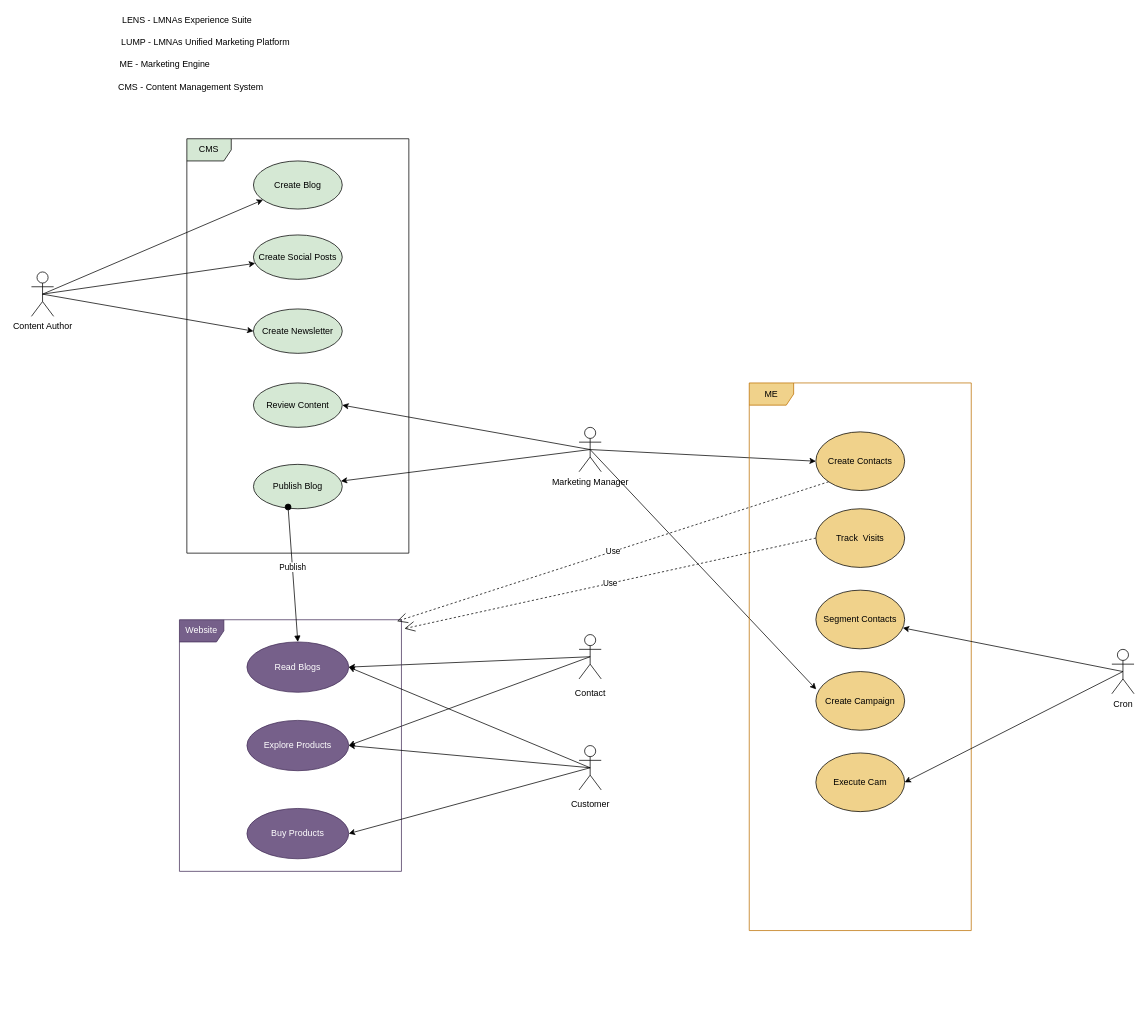
Above: page "LUMP - Use Case Diagram" (2 of 2) of lens-hlighlevel-solution-architecture.drawio in lmnaslimited/iyakkam (draw.io), before the change. Source tidied: cells renumbered, new cells numbered last; positions are measured from the earlier drawing's top-left corner, leaving out a move shared by most shapes. Both pictures are drawn from the tidied source at 74%, with x=0, y=0 at pixel (31, 13).
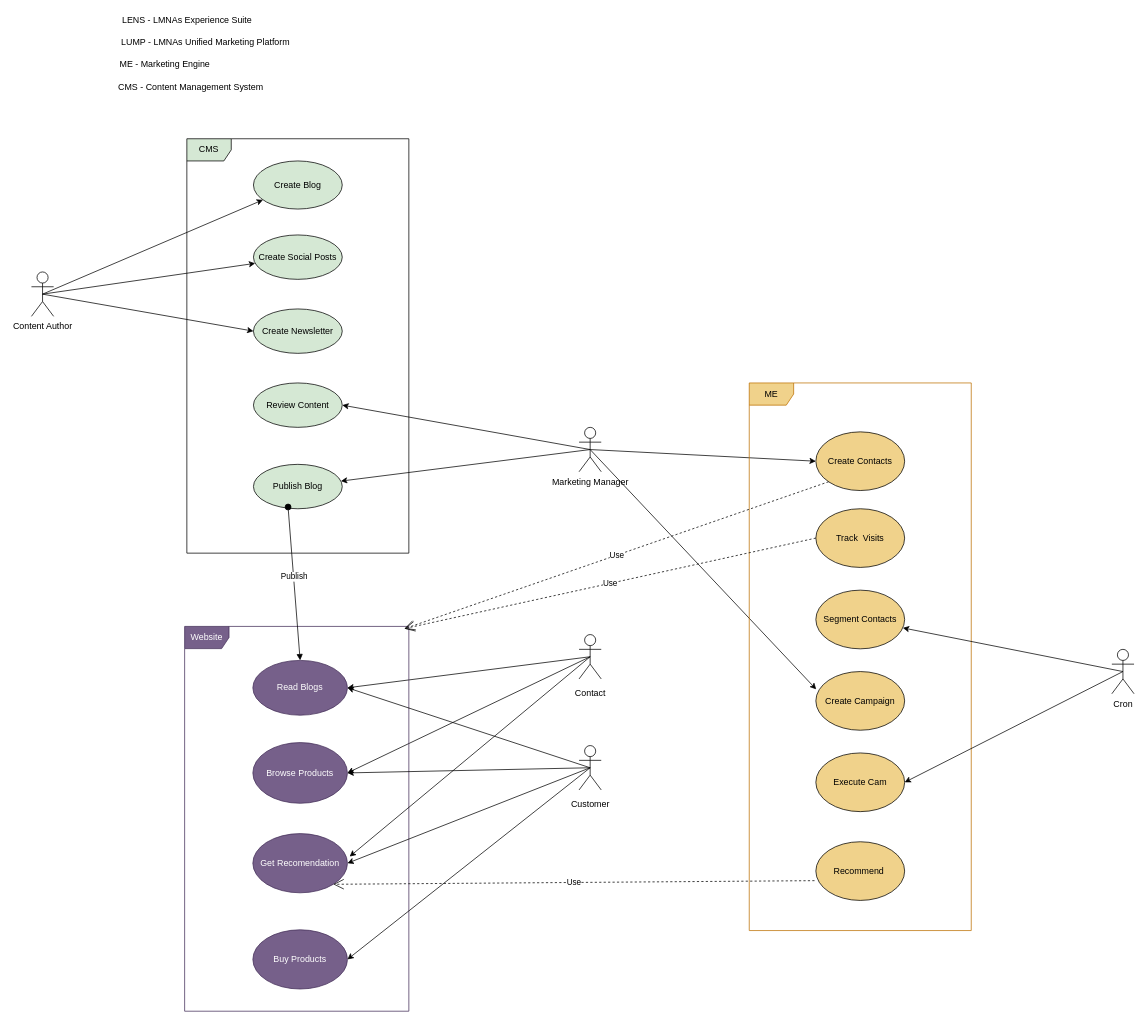
The same diagram, later.

Commit message:
Recommendation use case added

Unchanged cells that the change refers to:
```xml
<mxCell id="17" style="group;" parent="1" vertex="1">
  <mxGeometry x="970" y="500" width="300" height="740" as="geometry" />
</mxCell>
<mxCell id="46" style="shape=umlActor;verticalLabelPosition=bottom;verticalAlign=top;html=1;" parent="45" vertex="1">
  <mxGeometry x="20" width="30" height="60" as="geometry" />
</mxCell>
<mxCell id="49" style="shape=umlActor;verticalLabelPosition=bottom;verticalAlign=top;html=1;" parent="48" vertex="1">
  <mxGeometry x="15" width="30" height="60" as="geometry" />
</mxCell>
```

What changed in the source:
```diff
@@
+    <mxCell id="51" value="Recommend&amp;nbsp;" style="ellipse;whiteSpace=wrap;html=1;labelBackgroundColor=none;fillColor=#F0D28B;" parent="17" vertex="1">
+      <mxGeometry x="90" y="620" width="120" height="79.3" as="geometry" />
+    </mxCell>
@@
     <mxCell id="31" style="group;" parent="1" vertex="1">
-      <mxGeometry x="200" y="820" width="300" height="340" as="geometry" />
+      <mxGeometry x="207" y="829" width="303" height="520" as="geometry" />
     </mxCell>
     <mxCell id="32" value="Website" style="shape=umlFrame;whiteSpace=wrap;html=1;fillColor=#76608a;labelBackgroundColor=none;fontColor=#ffffff;strokeColor=#432D57;" parent="31" vertex="1">
-      <mxGeometry width="300" height="340" as="geometry" />
+      <mxGeometry width="303" height="520" as="geometry" />
     </mxCell>
-    <mxCell id="33" value="Explore Products" style="ellipse;whiteSpace=wrap;html=1;labelBackgroundColor=none;fillColor=#76608a;fontColor=#ffffff;strokeColor=#432D57;" parent="31" vertex="1">
-      <mxGeometry x="91.2" y="136" width="137.5" height="68" as="geometry" />
+    <mxCell id="33" value="Browse Products" style="ellipse;whiteSpace=wrap;html=1;labelBackgroundColor=none;fillColor=#76608a;fontColor=#ffffff;strokeColor=#432D57;" parent="31" vertex="1">
+      <mxGeometry x="92.2" y="157" width="127.8" height="82" as="geometry" />
     </mxCell>
     <mxCell id="34" value="Read Blogs" style="ellipse;whiteSpace=wrap;html=1;labelBackgroundColor=none;fillColor=#76608a;fontColor=#ffffff;strokeColor=#432D57;" parent="31" vertex="1">
-      <mxGeometry x="91.2" y="30" width="137.5" height="68" as="geometry" />
+      <mxGeometry x="92.2" y="45.9" width="127.8" height="74.1" as="geometry" />
     </mxCell>
     <mxCell id="35" value="Buy Products" style="ellipse;whiteSpace=wrap;html=1;labelBackgroundColor=none;fillColor=#76608a;fontColor=#ffffff;strokeColor=#432D57;" parent="31" vertex="1">
-      <mxGeometry x="91.2" y="255" width="137.5" height="68" as="geometry" />
+      <mxGeometry x="92.2" y="410" width="127.8" height="80" as="geometry" />
     </mxCell>
+    <mxCell id="52" value="Get Recomendation" style="ellipse;whiteSpace=wrap;html=1;labelBackgroundColor=none;fillColor=#76608a;fontColor=#ffffff;strokeColor=#432D57;" parent="31" vertex="1">
+      <mxGeometry x="92.2" y="280" width="127.8" height="80" as="geometry" />
+    </mxCell>
@@
+    <mxCell id="53" style="edgeStyle=none;rounded=0;jettySize=auto;html=1;exitX=0.5;exitY=0.5;exitDx=0;exitDy=0;exitPerimeter=0;entryX=1;entryY=0.5;entryDx=0;entryDy=0;" parent="1" edge="1" source="46" target="52">
+      <mxGeometry relative="1" as="geometry" />
+    </mxCell>
+    <mxCell id="54" style="edgeStyle=none;rounded=0;jettySize=auto;html=1;exitX=0.5;exitY=0.5;exitDx=0;exitDy=0;exitPerimeter=0;" parent="1" edge="1" source="49">
+      <mxGeometry relative="1" as="geometry">
+        <mxPoint x="430" y="1140" as="targetPoint" />
+      </mxGeometry>
+    </mxCell>
+    <mxCell id="55" value="Use" style="endArrow=open;endSize=12;dashed=1;html=1;rounded=0;entryX=1;entryY=1;entryDx=0;entryDy=0;exitX=-0.015;exitY=0.663;exitDx=0;exitDy=0;exitPerimeter=0;" parent="1" edge="1" source="51" target="52">
+      <mxGeometry relative="1" as="geometry" />
+    </mxCell>
```
